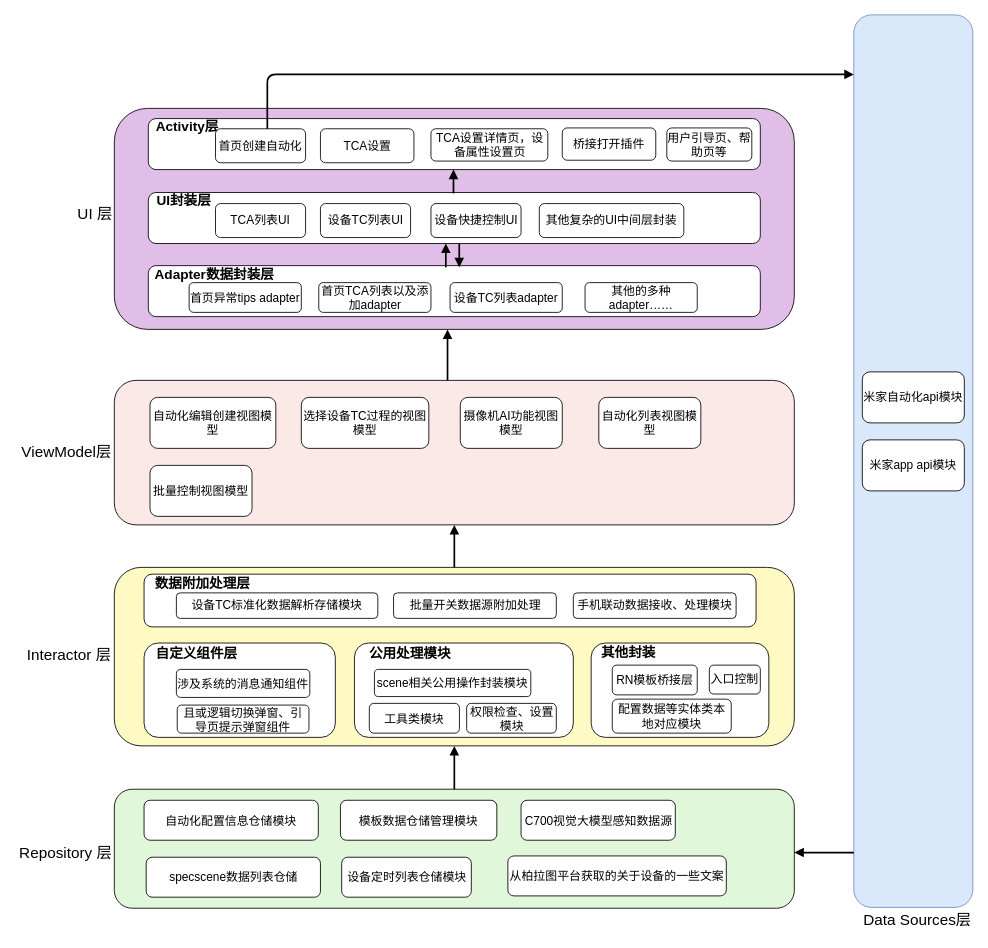
The draw.io diagram autofenceng.drawio in WljclW/coolweather, before the edit. Source tidied: cells renumbered, new cells numbered last; positions are measured from the earlier drawing's top-left corner, leaving out a move shared by most shapes. Both pictures are drawn from the tidied source at 85%, with x=0, y=0 at pixel (14, 14).
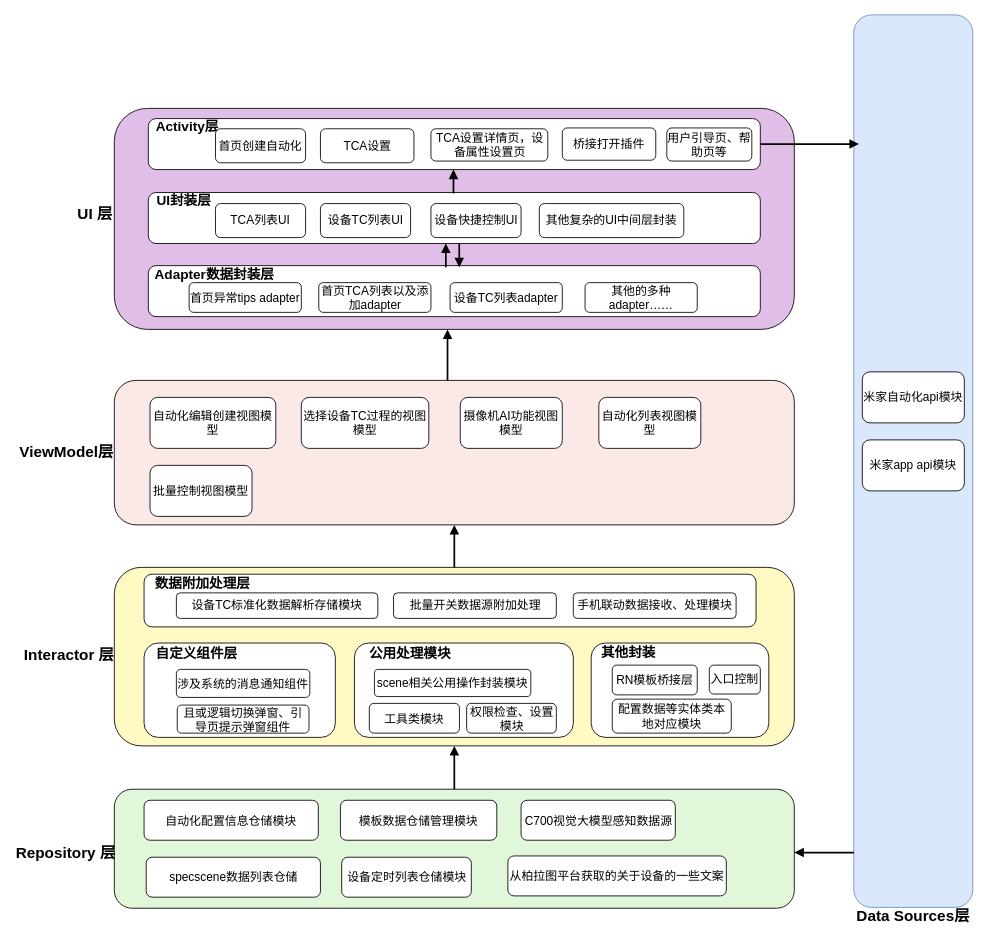
Above is the later version.

Unchanged cells that the change refers to:
```xml
<mxCell id="19" style="rounded=1;whiteSpace=wrap;html=1;" parent="1" vertex="1">
  <mxGeometry x="157" y="122" width="720" height="60" as="geometry" />
</mxCell>
```

Diff of the diagram source:
```diff
@@
-    <mxCell id="9" value="&lt;font style=&quot;font-size: 18px;&quot;&gt;Repository 层&lt;/font&gt;" style="text;html=1;align=center;verticalAlign=middle;whiteSpace=wrap;rounded=0;" parent="1" vertex="1">
+    <mxCell id="9" value="&lt;font style=&quot;font-size: 18px;&quot;&gt;&lt;b&gt;Repository 层&lt;/b&gt;&lt;/font&gt;" style="text;html=1;align=center;verticalAlign=middle;whiteSpace=wrap;rounded=0;" parent="1" vertex="1">
       <mxGeometry y="971" width="120" height="30" as="geometry" />
     </mxCell>
-    <mxCell id="10" value="&lt;font style=&quot;font-size: 18px;&quot;&gt;Interactor 层&lt;/font&gt;" style="text;html=1;align=center;verticalAlign=middle;whiteSpace=wrap;rounded=0;" parent="1" vertex="1">
+    <mxCell id="10" value="&lt;font style=&quot;font-size: 18px;&quot;&gt;&lt;b&gt;Interactor 层&lt;/b&gt;&lt;/font&gt;" style="text;html=1;align=center;verticalAlign=middle;whiteSpace=wrap;rounded=0;" parent="1" vertex="1">
       <mxGeometry x="9" y="739" width="110" height="30" as="geometry" />
     </mxCell>
-    <mxCell id="11" value="&lt;font style=&quot;font-size: 18px;&quot;&gt;ViewModel层&lt;/font&gt;" style="text;html=1;align=center;verticalAlign=middle;whiteSpace=wrap;rounded=0;" parent="1" vertex="1">
+    <mxCell id="11" value="&lt;font style=&quot;font-size: 18px;&quot;&gt;&lt;b&gt;ViewModel层&lt;/b&gt;&lt;/font&gt;" style="text;html=1;align=center;verticalAlign=middle;whiteSpace=wrap;rounded=0;" parent="1" vertex="1">
       <mxGeometry x="1" y="500" width="120" height="30" as="geometry" />
     </mxCell>
-    <mxCell id="12" value="&lt;font style=&quot;font-size: 18px;&quot;&gt;UI 层&lt;/font&gt;" style="text;html=1;align=center;verticalAlign=middle;whiteSpace=wrap;rounded=0;" parent="1" vertex="1">
+    <mxCell id="12" value="&lt;font style=&quot;font-size: 18px;&quot;&gt;&lt;b&gt;UI 层&lt;/b&gt;&lt;/font&gt;" style="text;html=1;align=center;verticalAlign=middle;whiteSpace=wrap;rounded=0;" parent="1" vertex="1">
       <mxGeometry x="37" y="220" width="115" height="30" as="geometry" />
     </mxCell>
@@
-    <mxCell id="57" style="endArrow=block;strokeWidth=2;" parent="1" edge="1">
-      <mxGeometry relative="1" as="geometry">
-        <mxPoint x="297" y="134" as="sourcePoint" />
-        <mxPoint x="987" y="70" as="targetPoint" />
-        <Array as="points">
-          <mxPoint x="297" y="70" />
-        </Array>
-      </mxGeometry>
-    </mxCell>
@@
-    <mxCell id="64" value="&lt;font style=&quot;font-size: 18px;&quot;&gt;Data Sources层&lt;/font&gt;" style="text;html=1;align=center;verticalAlign=middle;whiteSpace=wrap;rounded=0;" parent="1" vertex="1">
-      <mxGeometry x="997" y="1050" width="130" height="30" as="geometry" />
+    <mxCell id="64" value="&lt;font style=&quot;font-size: 18px;&quot;&gt;&lt;b&gt;Data Sources层&lt;/b&gt;&lt;/font&gt;" style="text;html=1;align=center;verticalAlign=middle;whiteSpace=wrap;rounded=0;" parent="1" vertex="1">
+      <mxGeometry x="987" y="1045" width="140" height="30" as="geometry" />
     </mxCell>
@@
+    <mxCell id="71" style="endArrow=block;strokeWidth=2;exitX=1;exitY=0.5;exitDx=0;exitDy=0;" parent="1" edge="1" source="19">
+      <mxGeometry relative="1" as="geometry">
+        <mxPoint x="993" y="152" as="targetPoint" />
+      </mxGeometry>
+    </mxCell>
```
